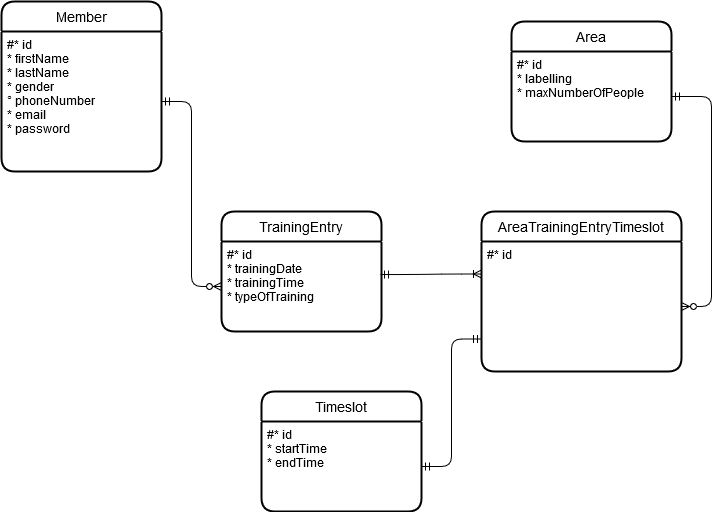
The draw.io diagram docu/ER-Modell.png in BenjaminS01/IT-Projekt, before a commit. Source tidied: cells renumbered, new cells last; positions are measured from the earlier drawing's top-left corner, leaving out a move shared by most shapes.
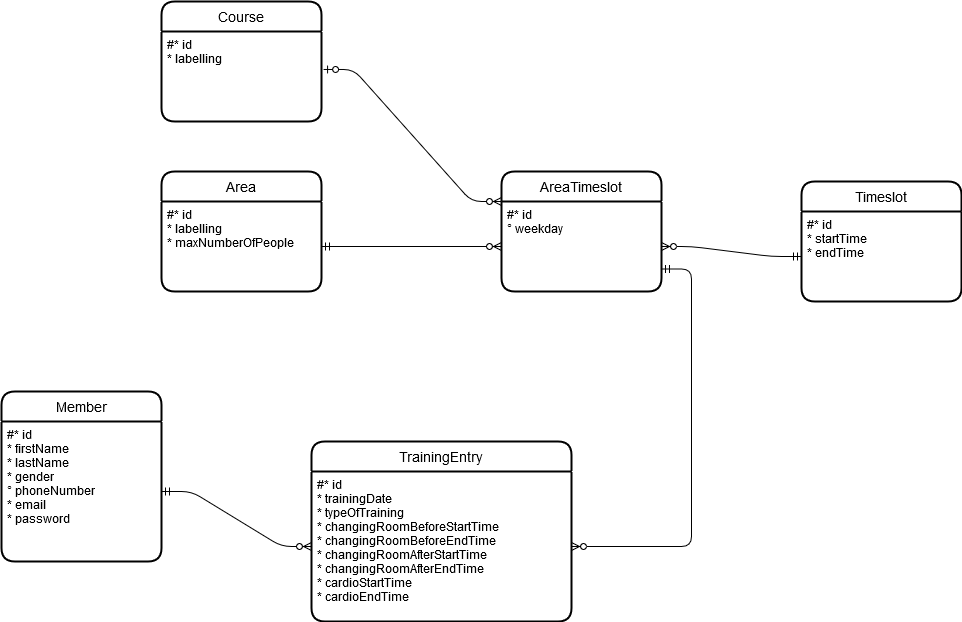
After the commit.

What changed in the source:
```diff
@@ -5,43 +5,52 @@
     <mxCell id="2" style="edgeStyle=entityRelationEdgeStyle;fontSize=12;html=1;endArrow=ERzeroToMany;startArrow=ERmandOne;entryX=0;entryY=0.5;entryDx=0;entryDy=0;exitX=1;exitY=0.5;exitDx=0;exitDy=0;exitPerimeter=0;" parent="1" edge="1" source="11" target="9">
       <mxGeometry relative="1" as="geometry" />
     </mxCell>
-    <mxCell id="3" value="AreaTrainingEntryTimeslot" style="swimlane;horizontal=1;startSize=30;rounded=1;fontSize=14;fontStyle=0;strokeWidth=2;shadow=0;dashed=0;align=center;" parent="1" vertex="1">
-      <mxGeometry x="480" y="210" width="200" height="160" as="geometry" />
-    </mxCell>
-    <mxCell id="4" value="#* id" style="align=left;strokeColor=none;fillColor=none;spacingLeft=4;fontSize=12;verticalAlign=top;" parent="3" vertex="1">
-      <mxGeometry y="30" width="200" height="130" as="geometry" />
-    </mxCell>
-    <mxCell id="5" style="edgeStyle=entityRelationEdgeStyle;fontSize=12;html=1;endArrow=ERzeroToMany;startArrow=ERmandOne;exitX=1;exitY=0.5;exitDx=0;exitDy=0;" parent="1" edge="1" source="13" target="4">
-      <mxGeometry relative="1" as="geometry" />
-    </mxCell>
-    <mxCell id="6" style="edgeStyle=entityRelationEdgeStyle;fontSize=12;html=1;endArrow=ERmandOne;startArrow=ERmandOne;entryX=0;entryY=0.75;entryDx=0;entryDy=0;" parent="1" edge="1" source="15" target="4">
-      <mxGeometry relative="1" as="geometry" />
-    </mxCell>
-    <mxCell id="7" style="edgeStyle=entityRelationEdgeStyle;fontSize=12;html=1;endArrow=ERoneToMany;startArrow=ERmandOne;entryX=0;entryY=0.25;entryDx=0;entryDy=0;exitX=0.994;exitY=0.367;exitDx=0;exitDy=0;exitPerimeter=0;" parent="1" edge="1" source="9" target="4">
-      <mxGeometry relative="1" as="geometry" />
-    </mxCell>
+    <mxCell id="12" value="Area" style="swimlane;horizontal=1;startSize=30;rounded=1;fontSize=14;fontStyle=0;strokeWidth=2;shadow=0;dashed=0;align=center;" parent="1" vertex="1">
+      <mxGeometry x="150" y="-210" width="160" height="120" as="geometry" />
+    </mxCell>
+    <mxCell id="13" value="#* id &#10;* labelling&#10;* maxNumberOfPeople&#10;" style="align=left;strokeColor=none;fillColor=none;spacingLeft=4;fontSize=12;verticalAlign=top;" parent="12" vertex="1">
+      <mxGeometry y="30" width="160" height="90" as="geometry" />
+    </mxCell>
+    <mxCell id="16" value="AreaTimeslot" style="swimlane;horizontal=1;startSize=30;rounded=1;fontSize=14;fontStyle=0;strokeWidth=2;shadow=0;dashed=0;align=center;" parent="1" vertex="1">
+      <mxGeometry x="490" y="-210" width="160" height="120" as="geometry" />
+    </mxCell>
+    <mxCell id="17" value="#* id&#10;° weekday&#10;" style="align=left;strokeColor=none;fillColor=none;spacingLeft=4;fontSize=12;verticalAlign=top;" parent="16" vertex="1">
+      <mxGeometry y="30" width="160" height="90" as="geometry" />
+    </mxCell>
+    <mxCell id="18" style="edgeStyle=entityRelationEdgeStyle;fontSize=12;html=1;endArrow=ERzeroToMany;startArrow=ERmandOne;exitX=1;exitY=0.75;exitDx=0;exitDy=0;" parent="1" edge="1" source="17" target="9">
+      <mxGeometry relative="1" as="geometry" />
+    </mxCell>
     <mxCell id="8" value="TrainingEntry" style="swimlane;horizontal=1;startSize=30;rounded=1;fontSize=14;fontStyle=0;strokeWidth=2;shadow=0;dashed=0;align=center;" parent="1" vertex="1">
-      <mxGeometry x="220" y="210" width="160" height="120" as="geometry" />
+      <mxGeometry x="300" y="60" width="260" height="180" as="geometry" />
     </mxCell>
-    <mxCell id="9" value="#* id&#10;* trainingDate&#10;* trainingTime&#10;* typeOfTraining&#10;&#10;&#10;&#10;&#10;" style="align=left;strokeColor=none;fillColor=none;spacingLeft=4;fontSize=12;verticalAlign=top;" parent="8" vertex="1">
-      <mxGeometry y="30" width="160" height="90" as="geometry" />
+    <mxCell id="9" value="#* id&#10;* trainingDate&#10;* typeOfTraining&#10;* changingRoomBeforeStartTime&#10;* changingRoomBeforeEndTime&#10;* changingRoomAfterStartTime&#10;* changingRoomAfterEndTime&#10;* cardioStartTime&#10;* cardioEndTime&#10;&#10;&#10;&#10;&#10;&#10;&#10;&#10;&#10;" style="align=left;strokeColor=none;fillColor=none;spacingLeft=4;fontSize=12;verticalAlign=top;" parent="8" vertex="1">
+      <mxGeometry y="30" width="260" height="150" as="geometry" />
     </mxCell>
     <mxCell id="10" value="Member" style="swimlane;horizontal=1;startSize=30;rounded=1;fontSize=14;fontStyle=0;strokeWidth=2;shadow=0;dashed=0;align=center;" parent="1" vertex="1">
-      <mxGeometry width="160" height="170" as="geometry" />
+      <mxGeometry x="-10" y="10" width="160" height="170" as="geometry" />
     </mxCell>
     <mxCell id="11" value="#* id&#10;* firstName&#10;* lastName&#10;* gender&#10;° phoneNumber&#10;* email&#10;* password&#10;&#10;" style="align=left;strokeColor=none;fillColor=none;spacingLeft=4;fontSize=12;verticalAlign=top;" parent="10" vertex="1">
       <mxGeometry y="30" width="160" height="140" as="geometry" />
     </mxCell>
-    <mxCell id="12" value="Area" style="swimlane;horizontal=1;startSize=30;rounded=1;fontSize=14;fontStyle=0;strokeWidth=2;shadow=0;dashed=0;align=center;" parent="1" vertex="1">
-      <mxGeometry x="510" y="20" width="160" height="120" as="geometry" />
-    </mxCell>
-    <mxCell id="13" value="#* id &#10;* labelling&#10;* maxNumberOfPeople&#10;" style="align=left;strokeColor=none;fillColor=none;spacingLeft=4;fontSize=12;verticalAlign=top;" parent="12" vertex="1">
-      <mxGeometry y="30" width="160" height="90" as="geometry" />
-    </mxCell>
+    <mxCell id="19" value="Course" style="swimlane;horizontal=1;startSize=30;rounded=1;fontSize=14;fontStyle=0;strokeWidth=2;shadow=0;dashed=0;align=center;" parent="1" vertex="1">
+      <mxGeometry x="150" y="-380" width="160" height="120" as="geometry" />
+    </mxCell>
+    <mxCell id="20" value="#* id &#10;* labelling&#10;&#10;" style="align=left;strokeColor=none;fillColor=none;spacingLeft=4;fontSize=12;verticalAlign=top;" parent="19" vertex="1">
+      <mxGeometry y="30" width="160" height="90" as="geometry" />
+    </mxCell>
+    <mxCell id="21" style="edgeStyle=entityRelationEdgeStyle;fontSize=12;html=1;endArrow=ERzeroToMany;startArrow=ERmandOne;entryX=0;entryY=0.5;entryDx=0;entryDy=0;" parent="1" edge="1" source="13" target="17">
+      <mxGeometry relative="1" as="geometry" />
+    </mxCell>
+    <mxCell id="22" style="edgeStyle=entityRelationEdgeStyle;fontSize=12;html=1;endArrow=ERzeroToMany;startArrow=ERzeroToOne;exitX=1.013;exitY=0.422;exitDx=0;exitDy=0;exitPerimeter=0;entryX=0;entryY=0;entryDx=0;entryDy=0;" parent="1" edge="1" source="20" target="17">
+      <mxGeometry relative="1" as="geometry" />
+    </mxCell>
+    <mxCell id="23" style="edgeStyle=entityRelationEdgeStyle;fontSize=12;html=1;endArrow=ERzeroToMany;startArrow=ERmandOne;" parent="1" edge="1" source="15" target="17">
+      <mxGeometry relative="1" as="geometry" />
+    </mxCell>
     <mxCell id="14" value="Timeslot" style="swimlane;horizontal=1;startSize=30;rounded=1;fontSize=14;fontStyle=0;strokeWidth=2;shadow=0;dashed=0;align=center;" parent="1" vertex="1">
-      <mxGeometry x="260" y="390" width="160" height="120" as="geometry" />
+      <mxGeometry x="790" y="-200" width="160" height="120" as="geometry" />
     </mxCell>
-    <mxCell id="15" value="#* id&#10;* startTime&#10;* endTime&#10;" style="align=left;strokeColor=none;fillColor=none;spacingLeft=4;fontSize=12;verticalAlign=top;" parent="14" vertex="1">
+    <mxCell id="15" value="#* id&#10;* startTime&#10;* endTime&#10;&#10;&#10;" style="align=left;strokeColor=none;fillColor=none;spacingLeft=4;fontSize=12;verticalAlign=top;" parent="14" vertex="1">
       <mxGeometry y="30" width="160" height="90" as="geometry" />
     </mxCell>
   </root>
```
